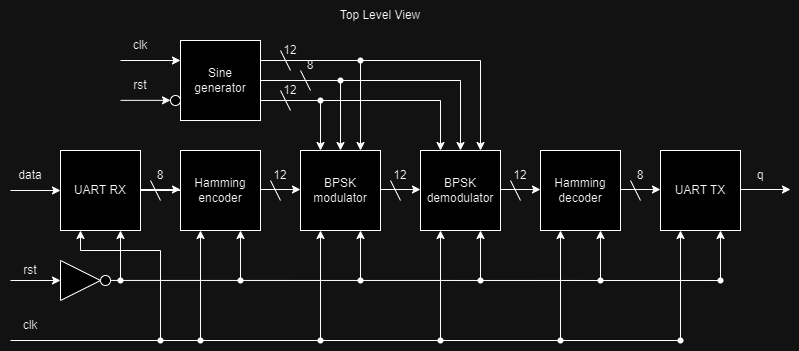
This is transeiver.drawio.png from RDSik/verilog-transceiver, a draw.io export, as it was before one commit. Source tidied: cells renumbered, new cells last; positions are measured from the earlier drawing's top-left corner, leaving out a move shared by most shapes.
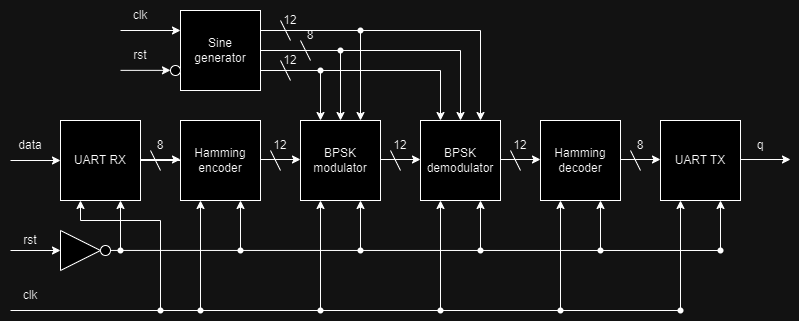
The same file after the commit.

The edit, as a diff of the source:
```diff
@@ -149,9 +149,6 @@
     <mxCell id="37" value="12" style="text;html=1;strokeColor=none;fillColor=none;align=center;verticalAlign=middle;whiteSpace=wrap;rounded=0;" parent="1" vertex="1">
       <mxGeometry x="490" y="160" width="60" height="30" as="geometry" />
     </mxCell>
-    <mxCell id="38" value="Top Level View" style="text;html=1;strokeColor=none;fillColor=none;align=center;verticalAlign=middle;whiteSpace=wrap;rounded=0;" parent="1" vertex="1">
-      <mxGeometry x="335" width="90" height="30" as="geometry" />
-    </mxCell>
     <mxCell id="39" style="whiteSpace=wrap;html=1;" parent="1" vertex="1">
       <mxGeometry x="180" y="40" width="80" height="80" as="geometry" />
     </mxCell>
```
